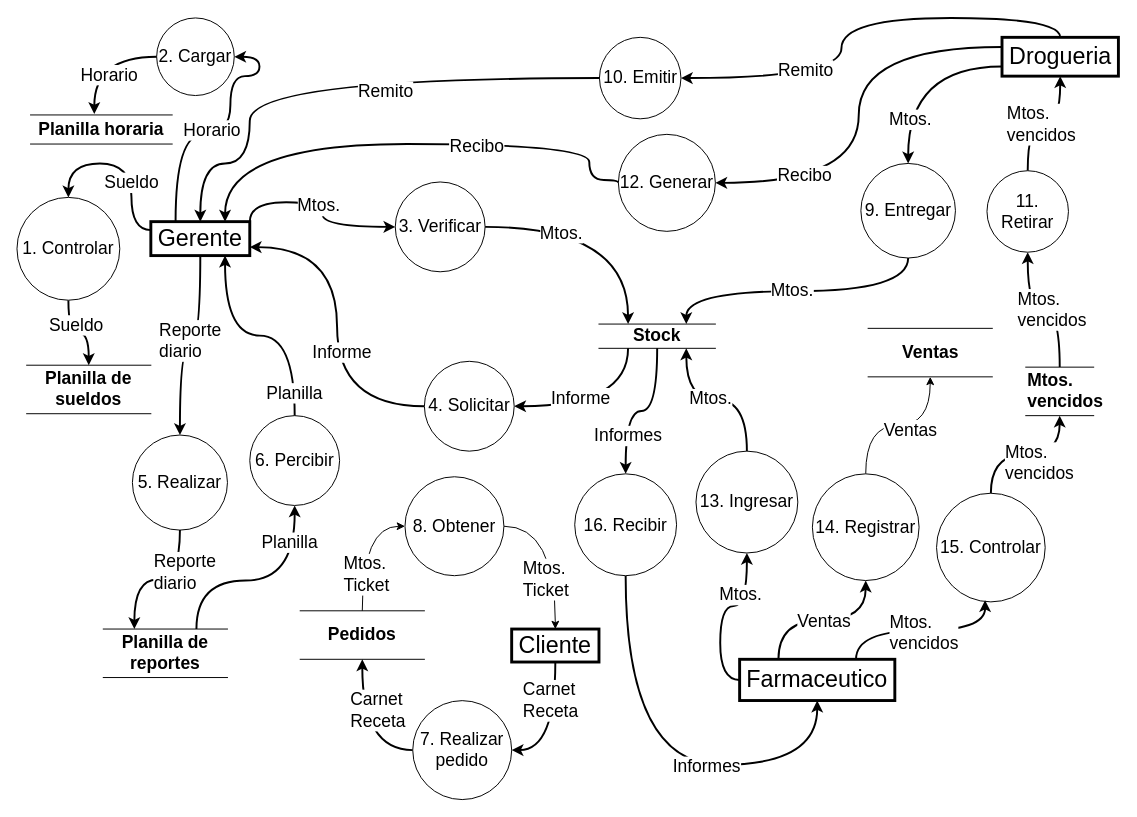
The draw.io diagram page "DFD_Farmacia" (1 of 2) of farmaciaAE.drawio in yon026/pruebagit, before the edit. Source tidied: cells renumbered, new cells numbered last; positions are measured from the earlier drawing's top-left corner, leaving out a move shared by most shapes. Both pictures are drawn from the tidied source at 97%, with x=0, y=0 at pixel (16, 17).
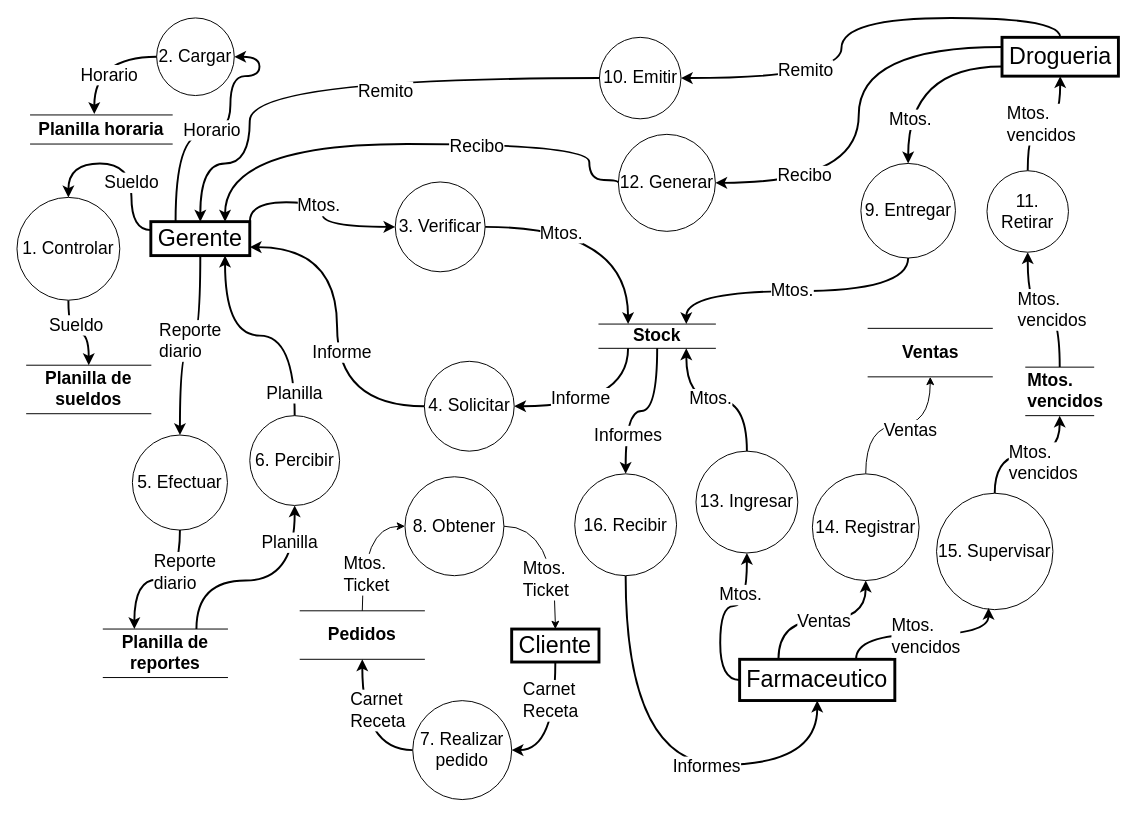
The same diagram, later.

The edit, as a diff of the source:
```diff
@@
-    <mxCell id="10" value="5. Realizar" style="ellipse;whiteSpace=wrap;html=1;fontSize=18;" parent="1" vertex="1">
+    <mxCell id="10" value="5. Efectuar" style="ellipse;whiteSpace=wrap;html=1;fontSize=18;" parent="1" vertex="1">
       <mxGeometry x="119" y="430" width="98" height="98" as="geometry" />
     </mxCell>
@@
-    <mxCell id="70" value="15. Controlar" style="ellipse;whiteSpace=wrap;html=1;fontSize=18;" parent="1" vertex="1">
-      <mxGeometry x="948" y="490" width="112" height="112" as="geometry" />
+    <mxCell id="70" value="15. Supervisar" style="ellipse;whiteSpace=wrap;html=1;fontSize=18;" parent="1" vertex="1">
+      <mxGeometry x="948" y="490" width="120" height="120" as="geometry" />
     </mxCell>
```
